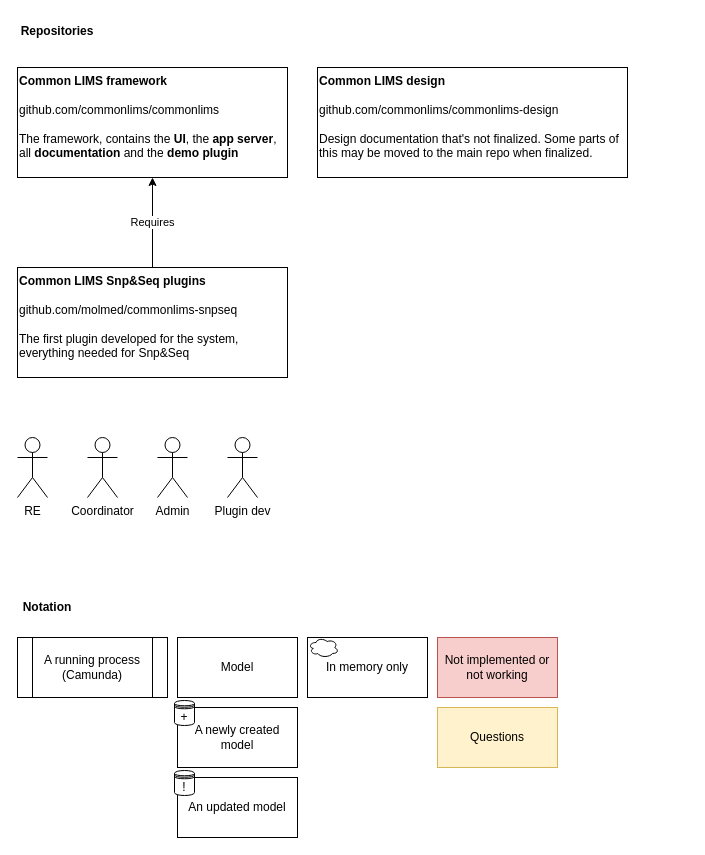
The draw.io diagram page "Overview" (1 of 17) of diagrams/2_webui.drawio in commonlims/commonlims-design, before the edit. Source tidied: cells renumbered, new cells numbered last; positions are measured from the earlier drawing's top-left corner, leaving out a move shared by most shapes. Both pictures are drawn from the tidied source at 100%, with x=0, y=0 at pixel (17, 17).
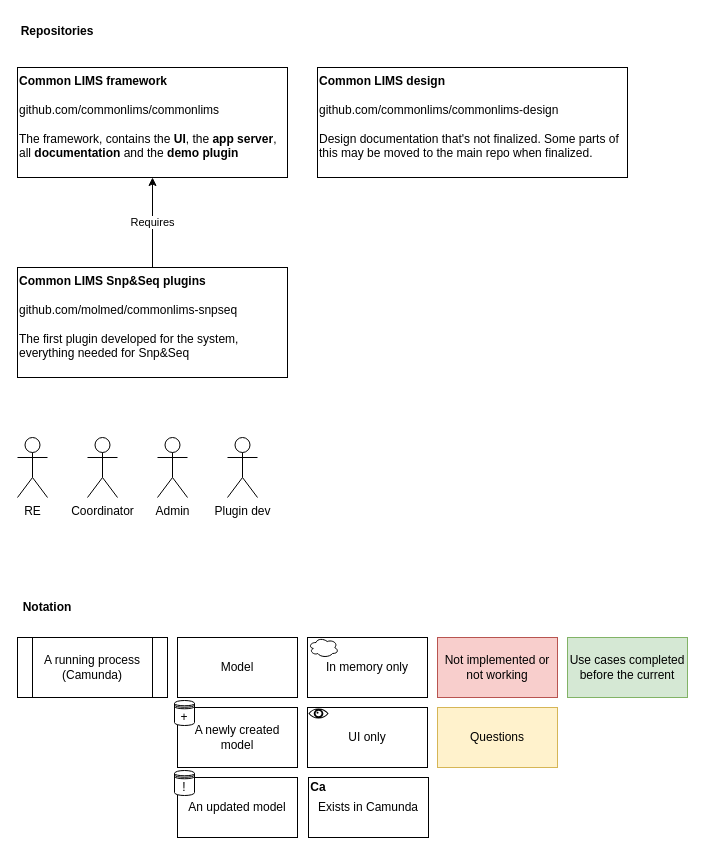
The same diagram, later.

What changed in the source:
```diff
@@
+    <mxCell id="23" value="Use cases completed before the current" style="rounded=0;whiteSpace=wrap;html=1;fillColor=#d5e8d4;strokeColor=#82b366;" parent="1" vertex="1">
+      <mxGeometry x="550" y="620" width="120" height="60" as="geometry" />
+    </mxCell>
+    <mxCell id="24" style="group;" parent="1" vertex="1">
+      <mxGeometry x="290" y="690" width="120" height="60" as="geometry" />
+    </mxCell>
+    <mxCell id="25" style="group;" parent="24" vertex="1">
+      <mxGeometry width="120" height="60" as="geometry" />
+    </mxCell>
+    <mxCell id="26" value="UI only" style="rounded=0;whiteSpace=wrap;html=1;fillColor=#FFFFFF;fontSize=12;" parent="25" vertex="1">
+      <mxGeometry width="120" height="60" as="geometry" />
+    </mxCell>
+    <mxCell id="27" style="shape=mxgraph.signs.healthcare.eye;html=1;fillColor=#000000;strokeColor=none;verticalLabelPosition=bottom;verticalAlign=top;align=center;" parent="25" vertex="1">
+      <mxGeometry x="1" y="1" width="20" height="10" as="geometry" />
+    </mxCell>
+    <mxCell id="28" style="group;fontStyle=1;" parent="1" vertex="1">
+      <mxGeometry x="291" y="760" width="120" height="60" as="geometry" />
+    </mxCell>
+    <mxCell id="29" style="group;" parent="28" vertex="1">
+      <mxGeometry width="120" height="60" as="geometry" />
+    </mxCell>
+    <mxCell id="30" style="group;" parent="29" vertex="1">
+      <mxGeometry width="120" height="60" as="geometry" />
+    </mxCell>
+    <mxCell id="31" value="Exists in Camunda" style="rounded=0;whiteSpace=wrap;html=1;fillColor=#FFFFFF;fontSize=12;" parent="30" vertex="1">
+      <mxGeometry width="120" height="60" as="geometry" />
+    </mxCell>
+    <mxCell id="32" value="&lt;b&gt;Ca&lt;/b&gt;" style="text;html=1;strokeColor=none;fillColor=none;align=center;verticalAlign=middle;whiteSpace=wrap;rounded=0;" parent="30" vertex="1">
+      <mxGeometry width="20" height="20" as="geometry" />
+    </mxCell>
```
